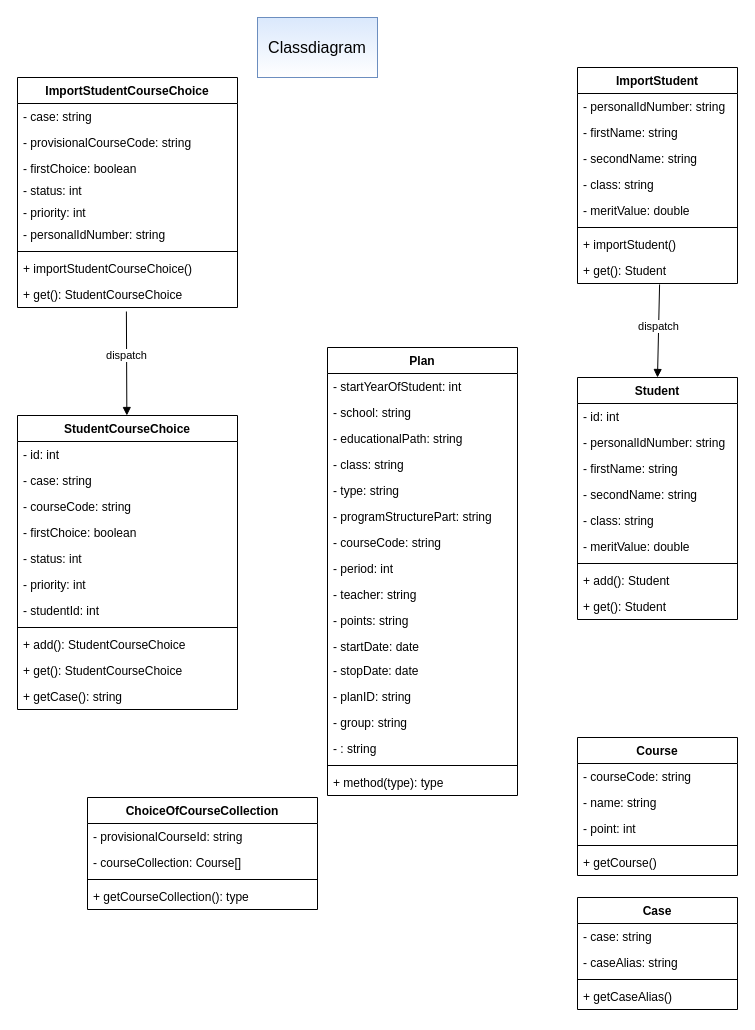
Before: page "Classdiagram" (2 of 3) of Overview group manager.drawio in hk66dev/manage-student-groups, a draw.io diagram. Source tidied: cells renumbered, new cells numbered last; positions are measured from the earlier drawing's top-left corner, leaving out a move shared by most shapes. Both pictures are drawn from the tidied source at 100%, with x=0, y=0 at pixel (17, 17).
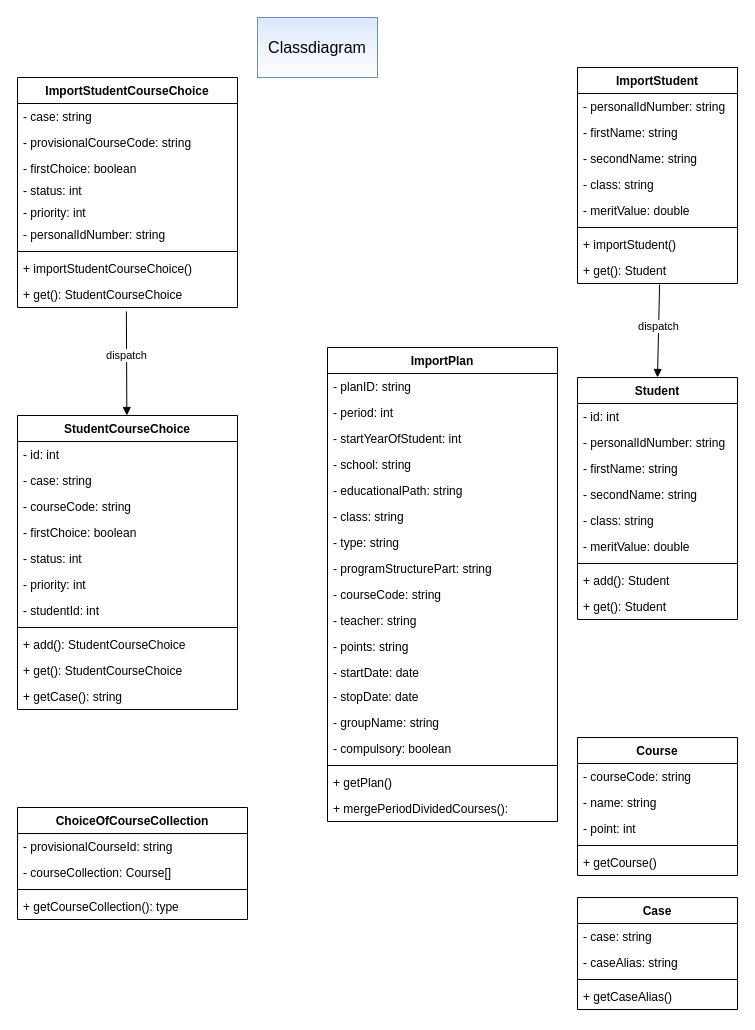
The same page after the edit.

Diff of the diagram source:
```diff
@@
     <mxCell id="55" value="ChoiceOfCourseCollection" style="swimlane;fontStyle=1;align=center;verticalAlign=top;horizontal=1;startSize=26;" parent="1" vertex="1">
-      <mxGeometry x="70" y="780" width="230" height="112" as="geometry" />
+      <mxGeometry y="790" width="230" height="112" as="geometry" />
     </mxCell>
@@
-    <mxCell id="62" value="Plan" style="swimlane;fontStyle=1;align=center;verticalAlign=top;horizontal=1;startSize=26;" parent="1" vertex="1">
-      <mxGeometry x="310" y="330" width="190" height="448" as="geometry" />
+    <mxCell id="62" value="ImportPlan" style="swimlane;fontStyle=1;align=center;verticalAlign=top;horizontal=1;startSize=26;" parent="1" vertex="1">
+      <mxGeometry x="310" y="330" width="230" height="474" as="geometry" />
     </mxCell>
+    <mxCell id="75" value="- planID: string" style="text;strokeColor=none;fillColor=none;align=left;verticalAlign=top;spacingLeft=4;spacingRight=4;overflow=hidden;" parent="62" vertex="1">
+      <mxGeometry y="26" width="230" height="26" as="geometry" />
+    </mxCell>
+    <mxCell id="70" value="- period: int" style="text;strokeColor=none;fillColor=none;align=left;verticalAlign=top;spacingLeft=4;spacingRight=4;overflow=hidden;" parent="62" vertex="1">
+      <mxGeometry y="52" width="230" height="26" as="geometry" />
+    </mxCell>
     <mxCell id="63" value="- startYearOfStudent: int" style="text;strokeColor=none;fillColor=none;align=left;verticalAlign=top;spacingLeft=4;spacingRight=4;overflow=hidden;" parent="62" vertex="1">
-      <mxGeometry y="26" width="190" height="26" as="geometry" />
+      <mxGeometry y="78" width="230" height="26" as="geometry" />
     </mxCell>
     <mxCell id="64" value="- school: string" style="text;strokeColor=none;fillColor=none;align=left;verticalAlign=top;spacingLeft=4;spacingRight=4;overflow=hidden;" parent="62" vertex="1">
-      <mxGeometry y="52" width="190" height="26" as="geometry" />
+      <mxGeometry y="104" width="230" height="26" as="geometry" />
     </mxCell>
     <mxCell id="65" value="- educationalPath: string" style="text;strokeColor=none;fillColor=none;align=left;verticalAlign=top;spacingLeft=4;spacingRight=4;overflow=hidden;" parent="62" vertex="1">
-      <mxGeometry y="78" width="190" height="26" as="geometry" />
+      <mxGeometry y="130" width="230" height="26" as="geometry" />
     </mxCell>
     <mxCell id="66" value="- class: string" style="text;strokeColor=none;fillColor=none;align=left;verticalAlign=top;spacingLeft=4;spacingRight=4;overflow=hidden;" parent="62" vertex="1">
-      <mxGeometry y="104" width="190" height="26" as="geometry" />
+      <mxGeometry y="156" width="230" height="26" as="geometry" />
     </mxCell>
     <mxCell id="67" value="- type: string" style="text;strokeColor=none;fillColor=none;align=left;verticalAlign=top;spacingLeft=4;spacingRight=4;overflow=hidden;" parent="62" vertex="1">
-      <mxGeometry y="130" width="190" height="26" as="geometry" />
+      <mxGeometry y="182" width="230" height="26" as="geometry" />
     </mxCell>
     <mxCell id="68" value="- programStructurePart: string" style="text;strokeColor=none;fillColor=none;align=left;verticalAlign=top;spacingLeft=4;spacingRight=4;overflow=hidden;" parent="62" vertex="1">
-      <mxGeometry y="156" width="190" height="26" as="geometry" />
+      <mxGeometry y="208" width="230" height="26" as="geometry" />
     </mxCell>
     <mxCell id="69" value="- courseCode: string" style="text;strokeColor=none;fillColor=none;align=left;verticalAlign=top;spacingLeft=4;spacingRight=4;overflow=hidden;" parent="62" vertex="1">
-      <mxGeometry y="182" width="190" height="26" as="geometry" />
+      <mxGeometry y="234" width="230" height="26" as="geometry" />
     </mxCell>
-    <mxCell id="70" value="- period: int" style="text;strokeColor=none;fillColor=none;align=left;verticalAlign=top;spacingLeft=4;spacingRight=4;overflow=hidden;" parent="62" vertex="1">
-      <mxGeometry y="208" width="190" height="26" as="geometry" />
-    </mxCell>
     <mxCell id="71" value="- teacher: string" style="text;strokeColor=none;fillColor=none;align=left;verticalAlign=top;spacingLeft=4;spacingRight=4;overflow=hidden;" parent="62" vertex="1">
-      <mxGeometry y="234" width="190" height="26" as="geometry" />
+      <mxGeometry y="260" width="230" height="26" as="geometry" />
     </mxCell>
     <mxCell id="72" value="- points: string" style="text;strokeColor=none;fillColor=none;align=left;verticalAlign=top;spacingLeft=4;spacingRight=4;overflow=hidden;" parent="62" vertex="1">
-      <mxGeometry y="260" width="190" height="26" as="geometry" />
+      <mxGeometry y="286" width="230" height="26" as="geometry" />
     </mxCell>
     <mxCell id="73" value="- startDate: date" style="text;strokeColor=none;fillColor=none;align=left;verticalAlign=top;spacingLeft=4;spacingRight=4;overflow=hidden;" parent="62" vertex="1">
-      <mxGeometry y="286" width="190" height="24" as="geometry" />
+      <mxGeometry y="312" width="230" height="24" as="geometry" />
     </mxCell>
     <mxCell id="74" value="- stopDate: date" style="text;strokeColor=none;fillColor=none;align=left;verticalAlign=top;spacingLeft=4;spacingRight=4;overflow=hidden;" parent="62" vertex="1">
-      <mxGeometry y="310" width="190" height="26" as="geometry" />
+      <mxGeometry y="336" width="230" height="26" as="geometry" />
     </mxCell>
-    <mxCell id="75" value="- planID: string" style="text;strokeColor=none;fillColor=none;align=left;verticalAlign=top;spacingLeft=4;spacingRight=4;overflow=hidden;" parent="62" vertex="1">
-      <mxGeometry y="336" width="190" height="26" as="geometry" />
-    </mxCell>
-    <mxCell id="76" value="- group: string" style="text;strokeColor=none;fillColor=none;align=left;verticalAlign=top;spacingLeft=4;spacingRight=4;overflow=hidden;" parent="62" vertex="1">
-      <mxGeometry y="362" width="190" height="26" as="geometry" />
+    <mxCell id="76" value="- groupName: string" style="text;strokeColor=none;fillColor=none;align=left;verticalAlign=top;spacingLeft=4;spacingRight=4;overflow=hidden;" parent="62" vertex="1">
+      <mxGeometry y="362" width="230" height="26" as="geometry" />
     </mxCell>
-    <mxCell id="77" value="- : string" style="text;strokeColor=none;fillColor=none;align=left;verticalAlign=top;spacingLeft=4;spacingRight=4;overflow=hidden;" parent="62" vertex="1">
-      <mxGeometry y="388" width="190" height="26" as="geometry" />
+    <mxCell id="77" value="- compulsory: boolean" style="text;strokeColor=none;fillColor=none;align=left;verticalAlign=top;spacingLeft=4;spacingRight=4;overflow=hidden;" parent="62" vertex="1">
+      <mxGeometry y="388" width="230" height="26" as="geometry" />
     </mxCell>
     <mxCell id="78" style="line;strokeWidth=1;fillColor=none;align=left;verticalAlign=middle;spacingTop=-1;spacingLeft=3;spacingRight=3;labelPosition=right;" parent="62" vertex="1">
-      <mxGeometry y="414" width="190" height="8" as="geometry" />
+      <mxGeometry y="414" width="230" height="8" as="geometry" />
     </mxCell>
-    <mxCell id="79" value="+ method(type): type" style="text;strokeColor=none;fillColor=none;align=left;verticalAlign=top;spacingLeft=4;spacingRight=4;overflow=hidden;" parent="62" vertex="1">
-      <mxGeometry y="422" width="190" height="26" as="geometry" />
+    <mxCell id="79" value="+ getPlan()" style="text;strokeColor=none;fillColor=none;align=left;verticalAlign=top;spacingLeft=4;spacingRight=4;overflow=hidden;" parent="62" vertex="1">
+      <mxGeometry y="422" width="230" height="26" as="geometry" />
     </mxCell>
+    <mxCell id="80" value="+ mergePeriodDividedCourses():" style="text;strokeColor=none;fillColor=none;align=left;verticalAlign=top;spacingLeft=4;spacingRight=4;overflow=hidden;" parent="62" vertex="1">
+      <mxGeometry y="448" width="230" height="26" as="geometry" />
+    </mxCell>
```
